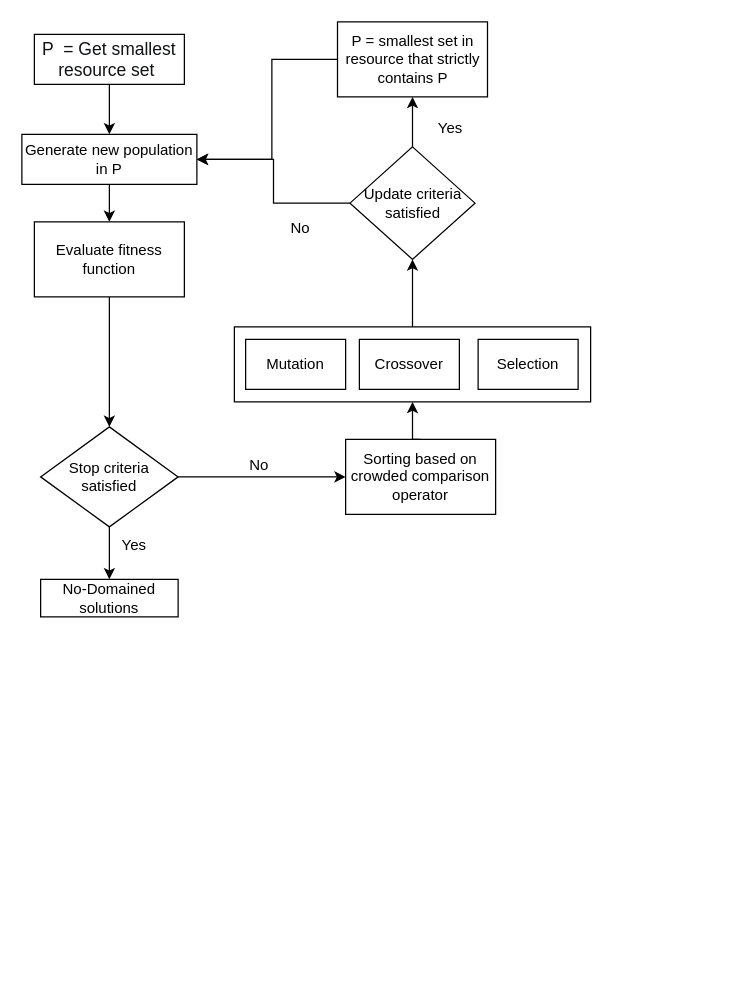
Before: 未命名绘图.drawio in lihuahua123/studyFiles, a draw.io diagram. Source tidied: cells renumbered, new cells numbered last; positions are measured from the earlier drawing's top-left corner, leaving out a move shared by most shapes. Both pictures are drawn from the tidied source at 125%, with x=0, y=0 at pixel (21, 21).
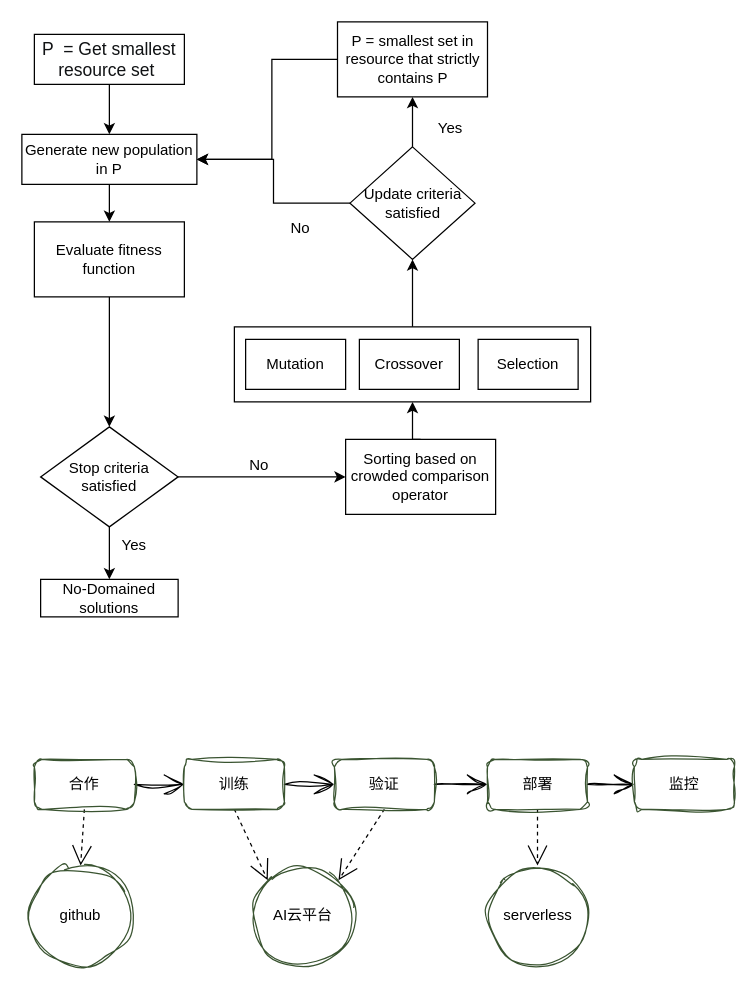
Above is the later version.

Commit message:
更新未命名绘图.drawio

Change to the diagram source:
```diff
@@
+    <mxCell id="31" style="edgeStyle=none;rounded=1;jettySize=auto;html=1;entryX=0;entryY=0.5;entryDx=0;entryDy=0;fontColor=default;endArrow=open;startSize=14;endSize=14;sourcePerimeterSpacing=8;targetPerimeterSpacing=8;exitX=1;exitY=0.5;exitDx=0;exitDy=0;sketch=1;curveFitting=1;jiggle=2;" parent="1" edge="1" source="33" target="36">
+      <mxGeometry relative="1" as="geometry" />
+    </mxCell>
+    <mxCell id="32" style="edgeStyle=none;curved=1;rounded=0;jettySize=auto;html=1;exitX=0.5;exitY=1;exitDx=0;exitDy=0;entryX=0.5;entryY=0;entryDx=0;entryDy=0;endArrow=open;startSize=14;endSize=14;sourcePerimeterSpacing=8;targetPerimeterSpacing=8;dashed=1;" parent="1" edge="1" source="33" target="46">
+      <mxGeometry relative="1" as="geometry" />
+    </mxCell>
+    <mxCell id="33" value="&lt;font&gt;合作&lt;/font&gt;" style="rounded=1;whiteSpace=wrap;html=1;labelBackgroundColor=none;labelBorderColor=none;sketch=1;curveFitting=1;jiggle=2;shadow=0;glass=0;fillColor=none;fontColor=default;strokeColor=#3A5431;" parent="1" vertex="1">
+      <mxGeometry x="10" y="590" width="80" height="40" as="geometry" />
+    </mxCell>
+    <mxCell id="34" style="edgeStyle=none;shape=connector;rounded=1;sketch=1;jiggle=2;curveFitting=1;jettySize=auto;html=1;entryX=0;entryY=0.5;entryDx=0;entryDy=0;labelBackgroundColor=default;strokeColor=default;fontFamily=Helvetica;fontSize=11;fontColor=default;endArrow=open;startSize=14;endSize=14;sourcePerimeterSpacing=8;targetPerimeterSpacing=8;exitX=1;exitY=0.5;exitDx=0;exitDy=0;" parent="1" edge="1" source="36" target="39">
+      <mxGeometry relative="1" as="geometry" />
+    </mxCell>
+    <mxCell id="35" style="edgeStyle=none;curved=1;rounded=0;jettySize=auto;html=1;endArrow=open;startSize=14;endSize=14;sourcePerimeterSpacing=8;targetPerimeterSpacing=8;exitX=0.5;exitY=1;exitDx=0;exitDy=0;entryX=0;entryY=0;entryDx=0;entryDy=0;dashed=1;" parent="1" edge="1" source="36" target="45">
+      <mxGeometry relative="1" as="geometry" />
+    </mxCell>
+    <mxCell id="36" value="训练" style="rounded=1;whiteSpace=wrap;html=1;labelBackgroundColor=none;labelBorderColor=none;sketch=1;curveFitting=1;jiggle=2;shadow=0;glass=0;fillColor=none;fontColor=default;strokeColor=#3A5431;" parent="1" vertex="1">
+      <mxGeometry x="130" y="590" width="80" height="40" as="geometry" />
+    </mxCell>
+    <mxCell id="37" style="edgeStyle=none;shape=connector;rounded=1;sketch=1;jiggle=2;curveFitting=1;jettySize=auto;html=1;exitX=1;exitY=0.5;exitDx=0;exitDy=0;entryX=0;entryY=0.5;entryDx=0;entryDy=0;labelBackgroundColor=default;strokeColor=default;fontFamily=Helvetica;fontSize=11;fontColor=default;endArrow=open;startSize=14;endSize=14;sourcePerimeterSpacing=8;targetPerimeterSpacing=8;" parent="1" edge="1" source="39" target="42">
+      <mxGeometry relative="1" as="geometry" />
+    </mxCell>
+    <mxCell id="38" style="edgeStyle=none;curved=1;rounded=0;jettySize=auto;html=1;exitX=0.5;exitY=1;exitDx=0;exitDy=0;entryX=1;entryY=0;entryDx=0;entryDy=0;endArrow=open;startSize=14;endSize=14;sourcePerimeterSpacing=8;targetPerimeterSpacing=8;dashed=1;" parent="1" edge="1" source="39" target="45">
+      <mxGeometry relative="1" as="geometry" />
+    </mxCell>
+    <mxCell id="39" value="验证" style="rounded=1;whiteSpace=wrap;html=1;labelBackgroundColor=none;labelBorderColor=none;sketch=1;curveFitting=1;jiggle=2;shadow=0;glass=0;fillColor=none;fontColor=default;strokeColor=#3A5431;" parent="1" vertex="1">
+      <mxGeometry x="250" y="590" width="80" height="40" as="geometry" />
+    </mxCell>
+    <mxCell id="40" style="edgeStyle=none;shape=connector;rounded=1;sketch=1;jiggle=2;curveFitting=1;jettySize=auto;html=1;exitX=1;exitY=0.5;exitDx=0;exitDy=0;entryX=0;entryY=0.5;entryDx=0;entryDy=0;labelBackgroundColor=default;strokeColor=default;fontFamily=Helvetica;fontSize=11;fontColor=default;endArrow=open;startSize=14;endSize=14;sourcePerimeterSpacing=8;targetPerimeterSpacing=8;" parent="1" edge="1" source="42" target="43">
+      <mxGeometry relative="1" as="geometry" />
+    </mxCell>
+    <mxCell id="41" style="edgeStyle=none;curved=1;rounded=0;jettySize=auto;html=1;endArrow=open;startSize=14;endSize=14;sourcePerimeterSpacing=8;targetPerimeterSpacing=8;exitX=0.5;exitY=1;exitDx=0;exitDy=0;entryX=0.5;entryY=0;entryDx=0;entryDy=0;dashed=1;" parent="1" edge="1" source="42" target="44">
+      <mxGeometry relative="1" as="geometry" />
+    </mxCell>
+    <mxCell id="42" value="部署" style="rounded=1;whiteSpace=wrap;html=1;labelBackgroundColor=none;labelBorderColor=none;sketch=1;curveFitting=1;jiggle=2;shadow=0;glass=0;fillColor=none;fontColor=default;strokeColor=#3A5431;" parent="1" vertex="1">
+      <mxGeometry x="372.5" y="590" width="80" height="40" as="geometry" />
+    </mxCell>
+    <mxCell id="43" value="监控" style="rounded=1;whiteSpace=wrap;html=1;labelBackgroundColor=none;labelBorderColor=none;sketch=1;curveFitting=1;jiggle=2;shadow=0;glass=0;fillColor=none;fontColor=default;strokeColor=#3A5431;" parent="1" vertex="1">
+      <mxGeometry x="490" y="590" width="80" height="40" as="geometry" />
+    </mxCell>
+    <mxCell id="44" value="serverless" style="ellipse;whiteSpace=wrap;html=1;fillColor=none;strokeColor=#3A5431;rounded=1;labelBackgroundColor=none;labelBorderColor=none;sketch=1;curveFitting=1;jiggle=2;shadow=0;glass=0;" parent="1" vertex="1">
+      <mxGeometry x="372.5" y="675" width="80" height="80" as="geometry" />
+    </mxCell>
+    <mxCell id="45" value="AI云平台" style="ellipse;whiteSpace=wrap;html=1;fillColor=none;strokeColor=#3A5431;rounded=1;labelBackgroundColor=none;labelBorderColor=none;sketch=1;curveFitting=1;jiggle=2;shadow=0;glass=0;" parent="1" vertex="1">
+      <mxGeometry x="185" y="675" width="80" height="80" as="geometry" />
+    </mxCell>
+    <mxCell id="46" value="github" style="ellipse;whiteSpace=wrap;html=1;fillColor=none;strokeColor=#3A5431;rounded=1;labelBackgroundColor=none;labelBorderColor=none;sketch=1;curveFitting=1;jiggle=2;shadow=0;glass=0;" parent="1" vertex="1">
+      <mxGeometry x="7" y="675" width="80" height="80" as="geometry" />
+    </mxCell>
```
